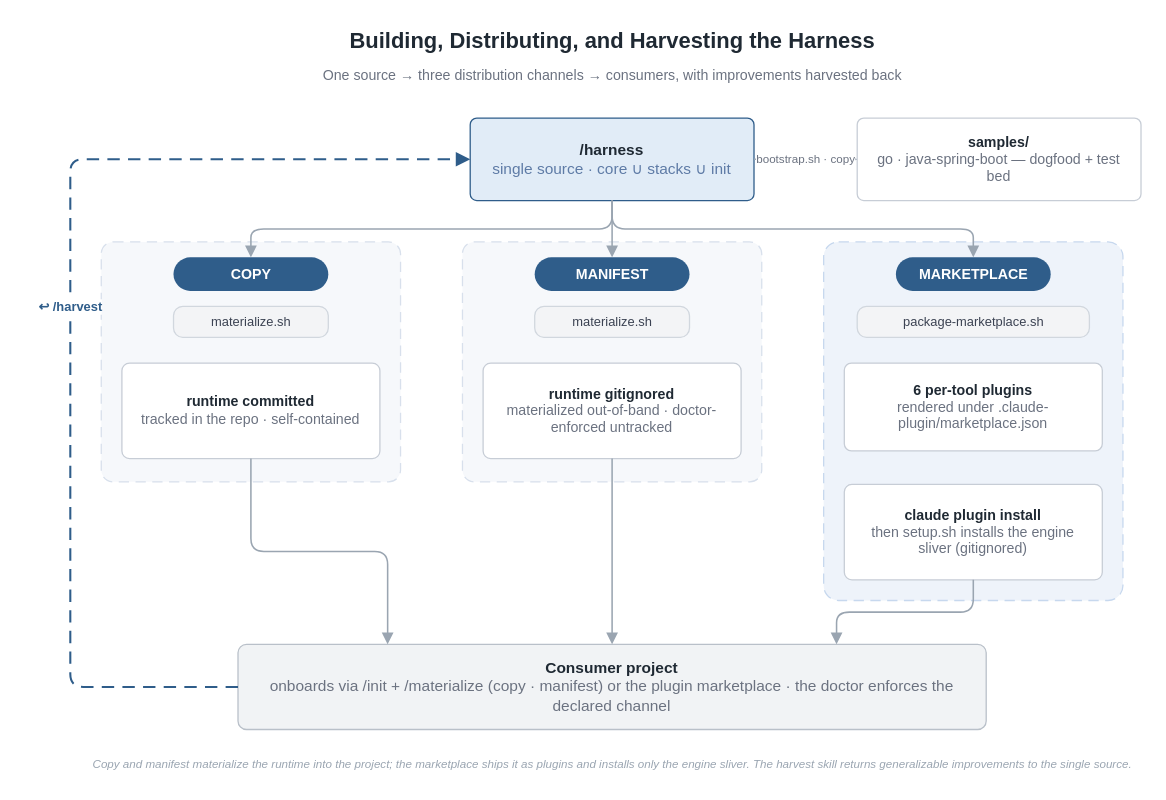
Before: docs/images/harness-lifecycle.drawio in woditschka/agentic-coding-reference, a draw.io diagram. Source tidied: cells renumbered, new cells numbered last; positions are measured from the earlier drawing's top-left corner, leaving out a move shared by most shapes. Both pictures are drawn from the tidied source at 129%, with x=0, y=0 at pixel (70, 25).
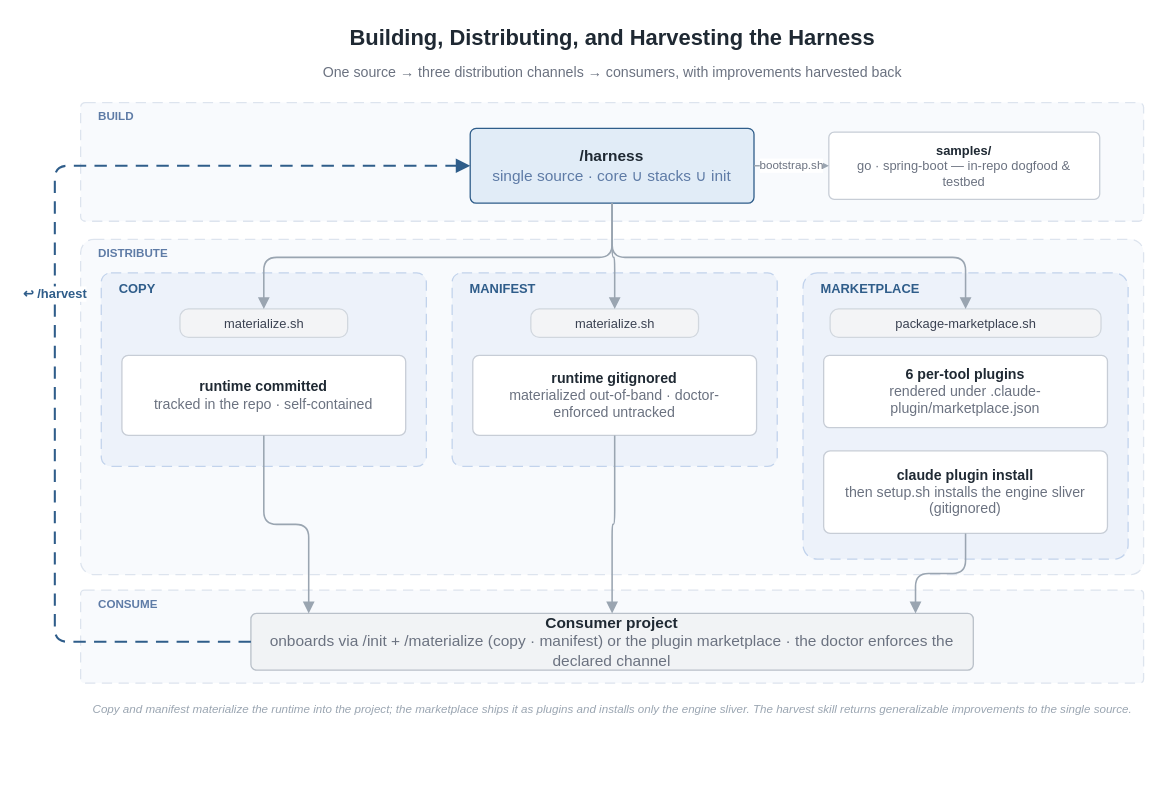
The same diagram, later.

Commit message (it also covers changes not shown here):
docs(diagrams): re-skin harness-lifecycle for house-style consistency

Bring the lifecycle figure in line with pipeline-flow and spec-flow:
replace the solid dark channel headers with the dashed light-band
idiom and accent labels, frame the flow as three enclosing acts
(BUILD / DISTRIBUTE / CONSUME) matching the title's verbs, demote
samples/ to a subordinate testbed under BUILD, and collapse the fills
to the flat one-accent palette. Restore clean parallel channel drops
and route the source fan as a manifold so each line enters its script
chip straight top-down.

Change to the diagram source:
```diff
@@
+    <mxCell id="29" style="rounded=1;arcSize=4;html=1;fillColor=#F8FAFD;strokeColor=#DDE4EE;dashed=1;dashPattern=8 5;" parent="1" vertex="1">
+      <mxGeometry x="8" y="60" width="824" height="92" as="geometry" />
+    </mxCell>
+    <mxCell id="30" style="rounded=1;arcSize=4;html=1;fillColor=#F8FAFD;strokeColor=#DDE4EE;dashed=1;dashPattern=8 5;" parent="1" vertex="1">
+      <mxGeometry x="8" y="166" width="824" height="260" as="geometry" />
+    </mxCell>
+    <mxCell id="31" style="rounded=1;arcSize=4;html=1;fillColor=#F8FAFD;strokeColor=#DDE4EE;dashed=1;dashPattern=8 5;" parent="1" vertex="1">
+      <mxGeometry x="8" y="438" width="824" height="72" as="geometry" />
+    </mxCell>
-    <mxCell id="2" style="rounded=1;arcSize=5;html=1;fillColor=#F6F8FB;strokeColor=#D8E0EC;dashed=1;dashPattern=8 5;" parent="1" vertex="1">
-      <mxGeometry x="24" y="168" width="232" height="186" as="geometry" />
+    <mxCell id="2" style="rounded=1;arcSize=5;html=1;fillColor=#EDF2FA;strokeColor=#C2D3EC;dashed=1;dashPattern=8 5;" parent="1" vertex="1">
+      <mxGeometry x="24" y="192" width="252" height="150" as="geometry" />
     </mxCell>
-    <mxCell id="3" style="rounded=1;arcSize=5;html=1;fillColor=#F6F8FB;strokeColor=#D8E0EC;dashed=1;dashPattern=8 5;" parent="1" vertex="1">
-      <mxGeometry x="304" y="168" width="232" height="186" as="geometry" />
+    <mxCell id="3" style="rounded=1;arcSize=5;html=1;fillColor=#EDF2FA;strokeColor=#C2D3EC;dashed=1;dashPattern=8 5;" parent="1" vertex="1">
+      <mxGeometry x="296" y="192" width="252" height="150" as="geometry" />
     </mxCell>
-    <mxCell id="4" style="rounded=1;arcSize=5;html=1;fillColor=#EEF3FA;strokeColor=#C7D8EE;dashed=1;dashPattern=8 5;" parent="1" vertex="1">
-      <mxGeometry x="584" y="168" width="232" height="278" as="geometry" />
+    <mxCell id="4" style="rounded=1;arcSize=5;html=1;fillColor=#EDF2FA;strokeColor=#C2D3EC;dashed=1;dashPattern=8 5;" parent="1" vertex="1">
+      <mxGeometry x="568" y="192" width="252" height="222" as="geometry" />
     </mxCell>
     <mxCell id="5" value="Building, Distributing, and Harvesting the Harness" style="text;html=1;align=center;verticalAlign=middle;fontSize=17;fontStyle=1;fontColor=#1F2933;" parent="1" vertex="1">
-      <mxGeometry x="20" width="800" height="26" as="geometry" />
+      <mxGeometry x="8" y="-2" width="824" height="26" as="geometry" />
     </mxCell>
     <mxCell id="6" value="One source → three distribution channels → consumers, with improvements harvested back" style="text;html=1;align=center;verticalAlign=middle;fontSize=11;fontColor=#6B7280;" parent="1" vertex="1">
-      <mxGeometry x="20" y="30" width="800" height="18" as="geometry" />
+      <mxGeometry x="8" y="28" width="824" height="18" as="geometry" />
     </mxCell>
     <mxCell id="7" value="&lt;b&gt;/harness&lt;/b&gt;&lt;br&gt;&lt;font color=&quot;#5E7BA6&quot;&gt;single source · core ∪ stacks ∪ init&lt;/font&gt;" style="rounded=1;arcSize=8;whiteSpace=wrap;html=1;fillColor=#E1ECF7;strokeColor=#2F5D8A;fontSize=12;fontColor=#1F2933;verticalAlign=middle;spacingLeft=8;spacingRight=8;" parent="1" vertex="1">
-      <mxGeometry x="310" y="72" width="220" height="64" as="geometry" />
+      <mxGeometry x="310" y="80" width="220" height="58" as="geometry" />
     </mxCell>
-    <mxCell id="8" value="&lt;b&gt;samples/&lt;/b&gt;&lt;br&gt;&lt;font color=&quot;#6B7280&quot;&gt;go · java-spring-boot — dogfood + test bed&lt;/font&gt;" style="rounded=1;arcSize=8;whiteSpace=wrap;html=1;fillColor=#FFFFFF;strokeColor=#C7CDD6;fontSize=11;fontColor=#1F2933;verticalAlign=middle;spacingLeft=8;spacingRight=8;" parent="1" vertex="1">
-      <mxGeometry x="610" y="72" width="220" height="64" as="geometry" />
+    <mxCell id="8" value="&lt;b&gt;samples/&lt;/b&gt;&lt;br&gt;&lt;font color=&quot;#6B7280&quot;&gt;go · spring-boot — in-repo dogfood &amp;amp; testbed&lt;/font&gt;" style="rounded=1;arcSize=8;whiteSpace=wrap;html=1;fillColor=#FFFFFF;strokeColor=#C7CDD6;fontSize=10;fontColor=#1F2933;verticalAlign=middle;spacingLeft=8;spacingRight=8;" parent="1" vertex="1">
+      <mxGeometry x="588" y="83" width="210" height="52" as="geometry" />
     </mxCell>
-    <mxCell id="9" value="COPY" style="rounded=1;arcSize=50;html=1;fillColor=#2F5D8A;strokeColor=none;fontColor=#FFFFFF;fontSize=11;fontStyle=1;verticalAlign=middle;letterSpacing=1;" parent="1" vertex="1">
-      <mxGeometry x="80" y="180" width="120" height="26" as="geometry" />
-    </mxCell>
-    <mxCell id="10" value="MANIFEST" style="rounded=1;arcSize=50;html=1;fillColor=#2F5D8A;strokeColor=none;fontColor=#FFFFFF;fontSize=11;fontStyle=1;verticalAlign=middle;letterSpacing=1;" parent="1" vertex="1">
-      <mxGeometry x="360" y="180" width="120" height="26" as="geometry" />
-    </mxCell>
-    <mxCell id="11" value="MARKETPLACE" style="rounded=1;arcSize=50;html=1;fillColor=#2F5D8A;strokeColor=none;fontColor=#FFFFFF;fontSize=11;fontStyle=1;verticalAlign=middle;letterSpacing=1;" parent="1" vertex="1">
-      <mxGeometry x="640" y="180" width="120" height="26" as="geometry" />
-    </mxCell>
     <mxCell id="12" value="materialize.sh" style="rounded=1;arcSize=30;html=1;fillColor=#F3F4F6;strokeColor=#D1D7DE;fontSize=10;fontColor=#3B4252;verticalAlign=middle;" parent="1" vertex="1">
-      <mxGeometry x="80" y="218" width="120" height="24" as="geometry" />
+      <mxGeometry x="85" y="220" width="130" height="22" as="geometry" />
     </mxCell>
     <mxCell id="13" value="materialize.sh" style="rounded=1;arcSize=30;html=1;fillColor=#F3F4F6;strokeColor=#D1D7DE;fontSize=10;fontColor=#3B4252;verticalAlign=middle;" parent="1" vertex="1">
-      <mxGeometry x="360" y="218" width="120" height="24" as="geometry" />
+      <mxGeometry x="357" y="220" width="130" height="22" as="geometry" />
     </mxCell>
     <mxCell id="14" value="package-marketplace.sh" style="rounded=1;arcSize=30;html=1;fillColor=#F3F4F6;strokeColor=#D1D7DE;fontSize=10;fontColor=#3B4252;verticalAlign=middle;" parent="1" vertex="1">
-      <mxGeometry x="610" y="218" width="180" height="24" as="geometry" />
+      <mxGeometry x="589" y="220" width="210" height="22" as="geometry" />
     </mxCell>
     <mxCell id="15" value="&lt;b&gt;runtime committed&lt;/b&gt;&lt;br&gt;&lt;font color=&quot;#6B7280&quot;&gt;tracked in the repo · self-contained&lt;/font&gt;" style="rounded=1;arcSize=8;whiteSpace=wrap;html=1;fillColor=#FFFFFF;strokeColor=#C7CDD6;fontSize=11;fontColor=#1F2933;verticalAlign=middle;spacingLeft=8;spacingRight=8;" parent="1" vertex="1">
-      <mxGeometry x="40" y="262" width="200" height="74" as="geometry" />
+      <mxGeometry x="40" y="256" width="220" height="62" as="geometry" />
     </mxCell>
     <mxCell id="16" value="&lt;b&gt;runtime gitignored&lt;/b&gt;&lt;br&gt;&lt;font color=&quot;#6B7280&quot;&gt;materialized out-of-band · doctor-enforced untracked&lt;/font&gt;" style="rounded=1;arcSize=8;whiteSpace=wrap;html=1;fillColor=#FFFFFF;strokeColor=#C7CDD6;fontSize=11;fontColor=#1F2933;verticalAlign=middle;spacingLeft=8;spacingRight=8;" parent="1" vertex="1">
-      <mxGeometry x="320" y="262" width="200" height="74" as="geometry" />
+      <mxGeometry x="312" y="256" width="220" height="62" as="geometry" />
     </mxCell>
     <mxCell id="17" value="&lt;b&gt;6 per-tool plugins&lt;/b&gt;&lt;br&gt;&lt;font color=&quot;#6B7280&quot;&gt;rendered under .claude-plugin/marketplace.json&lt;/font&gt;" style="rounded=1;arcSize=8;whiteSpace=wrap;html=1;fillColor=#FFFFFF;strokeColor=#C7CDD6;fontSize=11;fontColor=#1F2933;verticalAlign=middle;spacingLeft=8;spacingRight=8;" parent="1" vertex="1">
-      <mxGeometry x="600" y="262" width="200" height="68" as="geometry" />
+      <mxGeometry x="584" y="256" width="220" height="56" as="geometry" />
     </mxCell>
     <mxCell id="18" value="&lt;b&gt;claude plugin install&lt;/b&gt;&lt;br&gt;&lt;font color=&quot;#6B7280&quot;&gt;then setup.sh installs the engine sliver (gitignored)&lt;/font&gt;" style="rounded=1;arcSize=8;whiteSpace=wrap;html=1;fillColor=#FFFFFF;strokeColor=#C7CDD6;fontSize=11;fontColor=#1F2933;verticalAlign=middle;spacingLeft=8;spacingRight=8;" parent="1" vertex="1">
-      <mxGeometry x="600" y="356" width="200" height="74" as="geometry" />
+      <mxGeometry x="584" y="330" width="220" height="64" as="geometry" />
     </mxCell>
     <mxCell id="19" value="&lt;b&gt;Consumer project&lt;/b&gt;&lt;br&gt;&lt;font color=&quot;#6B7280&quot;&gt;onboards via /init + /materialize (copy · manifest) or the plugin marketplace · the doctor enforces the declared channel&lt;/font&gt;" style="rounded=1;arcSize=10;whiteSpace=wrap;html=1;fillColor=#F1F3F5;strokeColor=#B9C0C9;fontSize=12;fontColor=#1F2933;verticalAlign=middle;spacingLeft=10;spacingRight=10;" parent="1" vertex="1">
-      <mxGeometry x="130" y="480" width="580" height="66" as="geometry" />
+      <mxGeometry x="140" y="456" width="560" height="44" as="geometry" />
     </mxCell>
-    <mxCell id="20" style="edgeStyle=orthogonalEdgeStyle;rounded=1;html=1;endArrow=block;endSize=6;strokeColor=#9AA5B1;strokeWidth=1.2;exitX=0.5;exitY=1;entryX=0.5;entryY=0;" parent="1" edge="1" source="7" target="9">
-      <mxGeometry relative="1" as="geometry" />
+    <mxCell id="20" style="edgeStyle=orthogonalEdgeStyle;rounded=1;html=1;endArrow=block;endSize=6;strokeColor=#9AA5B1;strokeWidth=1.2;exitX=0.5;exitY=1;entryX=0.5;entryY=0;" parent="1" edge="1" source="7" target="12">
+      <mxGeometry relative="1" as="geometry">
+        <Array as="points">
+          <mxPoint x="420" y="180" />
+          <mxPoint x="150" y="180" />
+        </Array>
+      </mxGeometry>
     </mxCell>
-    <mxCell id="21" style="edgeStyle=orthogonalEdgeStyle;rounded=1;html=1;endArrow=block;endSize=6;strokeColor=#9AA5B1;strokeWidth=1.2;exitX=0.5;exitY=1;entryX=0.5;entryY=0;" parent="1" edge="1" source="7" target="10">
-      <mxGeometry relative="1" as="geometry" />
+    <mxCell id="21" style="edgeStyle=orthogonalEdgeStyle;rounded=1;html=1;endArrow=block;endSize=6;strokeColor=#9AA5B1;strokeWidth=1.2;exitX=0.5;exitY=1;entryX=0.5;entryY=0;" parent="1" edge="1" source="7" target="13">
+      <mxGeometry relative="1" as="geometry">
+        <Array as="points">
+          <mxPoint x="420" y="180" />
+          <mxPoint x="422" y="180" />
+        </Array>
+      </mxGeometry>
     </mxCell>
-    <mxCell id="22" style="edgeStyle=orthogonalEdgeStyle;rounded=1;html=1;endArrow=block;endSize=6;strokeColor=#9AA5B1;strokeWidth=1.2;exitX=0.5;exitY=1;entryX=0.5;entryY=0;" parent="1" edge="1" source="7" target="11">
-      <mxGeometry relative="1" as="geometry" />
+    <mxCell id="22" style="edgeStyle=orthogonalEdgeStyle;rounded=1;html=1;endArrow=block;endSize=6;strokeColor=#9AA5B1;strokeWidth=1.2;exitX=0.5;exitY=1;entryX=0.5;entryY=0;" parent="1" edge="1" source="7" target="14">
+      <mxGeometry relative="1" as="geometry">
+        <Array as="points">
+          <mxPoint x="420" y="180" />
+          <mxPoint x="694" y="180" />
+        </Array>
+      </mxGeometry>
     </mxCell>
-    <mxCell id="23" value="bootstrap.sh · copy" style="edgeStyle=orthogonalEdgeStyle;rounded=1;html=1;endArrow=block;endSize=6;strokeColor=#9AA5B1;strokeWidth=1.2;fontSize=9;fontColor=#6B7280;labelBackgroundColor=#FFFFFF;" parent="1" edge="1" source="7" target="8">
+    <mxCell id="23" value="bootstrap.sh" style="edgeStyle=orthogonalEdgeStyle;rounded=1;html=1;endArrow=block;endSize=6;strokeColor=#9AA5B1;strokeWidth=1.2;fontSize=9;fontColor=#6B7280;labelBackgroundColor=#FFFFFF;exitX=1;exitY=0.5;entryX=0;entryY=0.5;" parent="1" edge="1" source="7" target="8">
       <mxGeometry relative="1" as="geometry" />
     </mxCell>
-    <mxCell id="24" style="edgeStyle=orthogonalEdgeStyle;rounded=1;html=1;endArrow=block;endSize=6;strokeColor=#9AA5B1;strokeWidth=1.2;exitX=0.5;exitY=1;entryX=0.2;entryY=0;" parent="1" edge="1" source="15" target="19">
+    <mxCell id="24" style="edgeStyle=orthogonalEdgeStyle;rounded=1;html=1;endArrow=block;endSize=6;strokeColor=#9AA5B1;strokeWidth=1.2;exitX=0.5;exitY=1;entryX=0.08;entryY=0;" parent="1" edge="1" source="15" target="19">
       <mxGeometry relative="1" as="geometry" />
     </mxCell>
@@
-    <mxCell id="26" style="edgeStyle=orthogonalEdgeStyle;rounded=1;html=1;endArrow=block;endSize=6;strokeColor=#9AA5B1;strokeWidth=1.2;exitX=0.5;exitY=1;entryX=0.8;entryY=0;" parent="1" edge="1" source="18" target="19">
+    <mxCell id="26" style="edgeStyle=orthogonalEdgeStyle;rounded=1;html=1;endArrow=block;endSize=6;strokeColor=#9AA5B1;strokeWidth=1.2;exitX=0.5;exitY=1;entryX=0.92;entryY=0;" parent="1" edge="1" source="18" target="19">
       <mxGeometry relative="1" as="geometry" />
     </mxCell>
     <mxCell id="27" value="↩ /harvest" style="edgeStyle=orthogonalEdgeStyle;rounded=1;html=1;endArrow=block;endSize=7;dashed=1;dashPattern=6 4;strokeColor=#2F5D8A;strokeWidth=1.6;fontSize=10;fontStyle=1;fontColor=#2F5D8A;labelBackgroundColor=#FFFFFF;verticalAlign=middle;exitX=0;exitY=0.5;exitDx=0;exitDy=0;entryX=0;entryY=0.5;entryDx=0;entryDy=0;" parent="1" edge="1" source="19" target="7">
       <mxGeometry relative="1" as="geometry">
         <Array as="points">
-          <mxPoint y="513" />
-          <mxPoint y="104" />
+          <mxPoint x="-12" y="478" />
+          <mxPoint x="-12" y="109" />
         </Array>
       </mxGeometry>
     </mxCell>
     <mxCell id="28" value="Copy and manifest materialize the runtime into the project; the marketplace ships it as plugins and installs only the engine sliver. The harvest skill returns generalizable improvements to the single source." style="text;html=1;align=center;verticalAlign=middle;fontSize=9;fontStyle=2;fontColor=#9AA5B1;" parent="1" vertex="1">
-      <mxGeometry x="20" y="562" width="800" height="22" as="geometry" />
+      <mxGeometry x="8" y="520" width="824" height="22" as="geometry" />
     </mxCell>
+    <mxCell id="32" value="BUILD" style="text;html=1;align=left;verticalAlign=middle;fontSize=9;fontStyle=1;letterSpacing=1;fontColor=#5E7BA6;" parent="1" vertex="1">
+      <mxGeometry x="20" y="64" width="200" height="14" as="geometry" />
+    </mxCell>
+    <mxCell id="33" value="DISTRIBUTE" style="text;html=1;align=left;verticalAlign=middle;fontSize=9;fontStyle=1;letterSpacing=1;fontColor=#5E7BA6;" parent="1" vertex="1">
+      <mxGeometry x="20" y="170" width="110" height="14" as="geometry" />
+    </mxCell>
+    <mxCell id="34" value="CONSUME" style="text;html=1;align=left;verticalAlign=middle;fontSize=9;fontStyle=1;letterSpacing=1;fontColor=#5E7BA6;" parent="1" vertex="1">
+      <mxGeometry x="20" y="442" width="200" height="14" as="geometry" />
+    </mxCell>
+    <mxCell id="9" value="COPY" style="text;html=1;align=left;verticalAlign=middle;fontSize=10;fontStyle=1;letterSpacing=1;fontColor=#2F5D8A;" parent="1" vertex="1">
+      <mxGeometry x="36" y="196" width="120" height="16" as="geometry" />
+    </mxCell>
+    <mxCell id="10" value="MANIFEST" style="text;html=1;align=left;verticalAlign=middle;fontSize=10;fontStyle=1;letterSpacing=1;fontColor=#2F5D8A;" parent="1" vertex="1">
+      <mxGeometry x="308" y="196" width="120" height="16" as="geometry" />
+    </mxCell>
+    <mxCell id="11" value="MARKETPLACE" style="text;html=1;align=left;verticalAlign=middle;fontSize=10;fontStyle=1;letterSpacing=1;fontColor=#2F5D8A;" parent="1" vertex="1">
+      <mxGeometry x="580" y="196" width="160" height="16" as="geometry" />
+    </mxCell>
```
